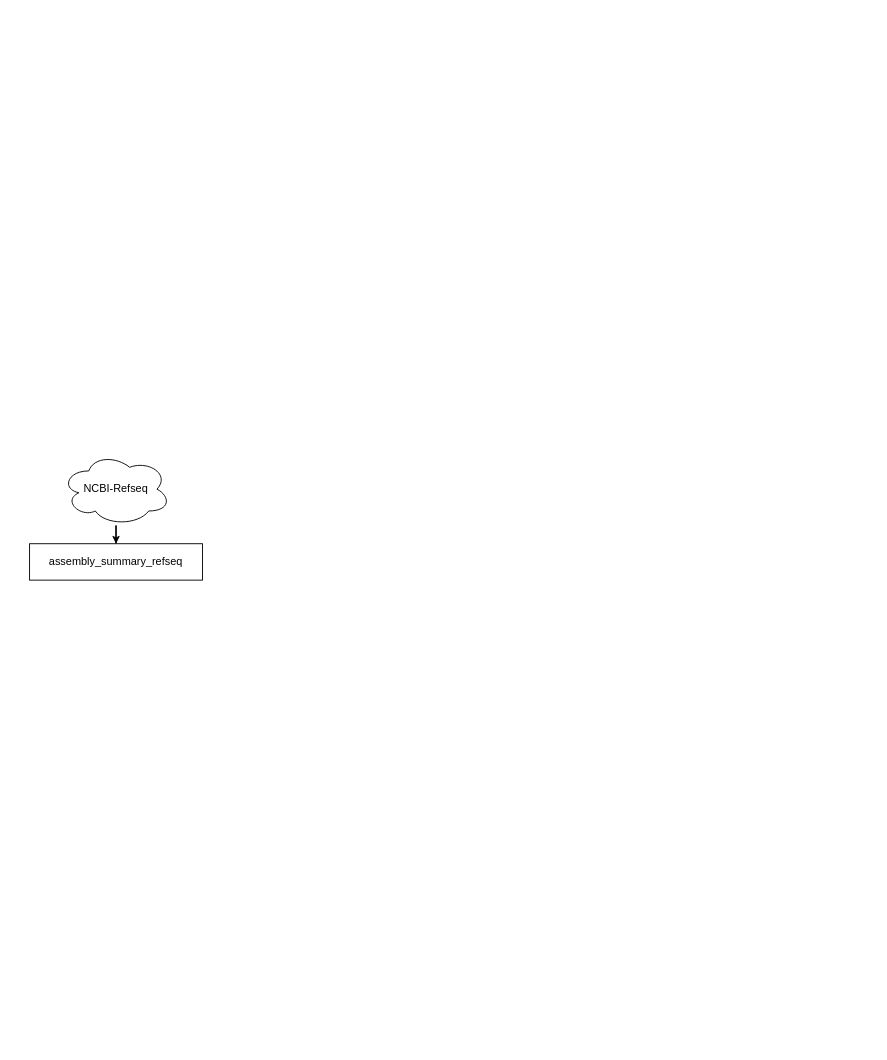
The draw.io diagram 未命名绘图.drawio in kawabata-tomoko/16s_taxonomy_pep, before the edit. Source tidied: cells renumbered, new cells numbered last; positions are measured from the earlier drawing's top-left corner, leaving out a move shared by most shapes. Both pictures are drawn from the tidied source at 91%, with x=0, y=0 at pixel (29, 452).
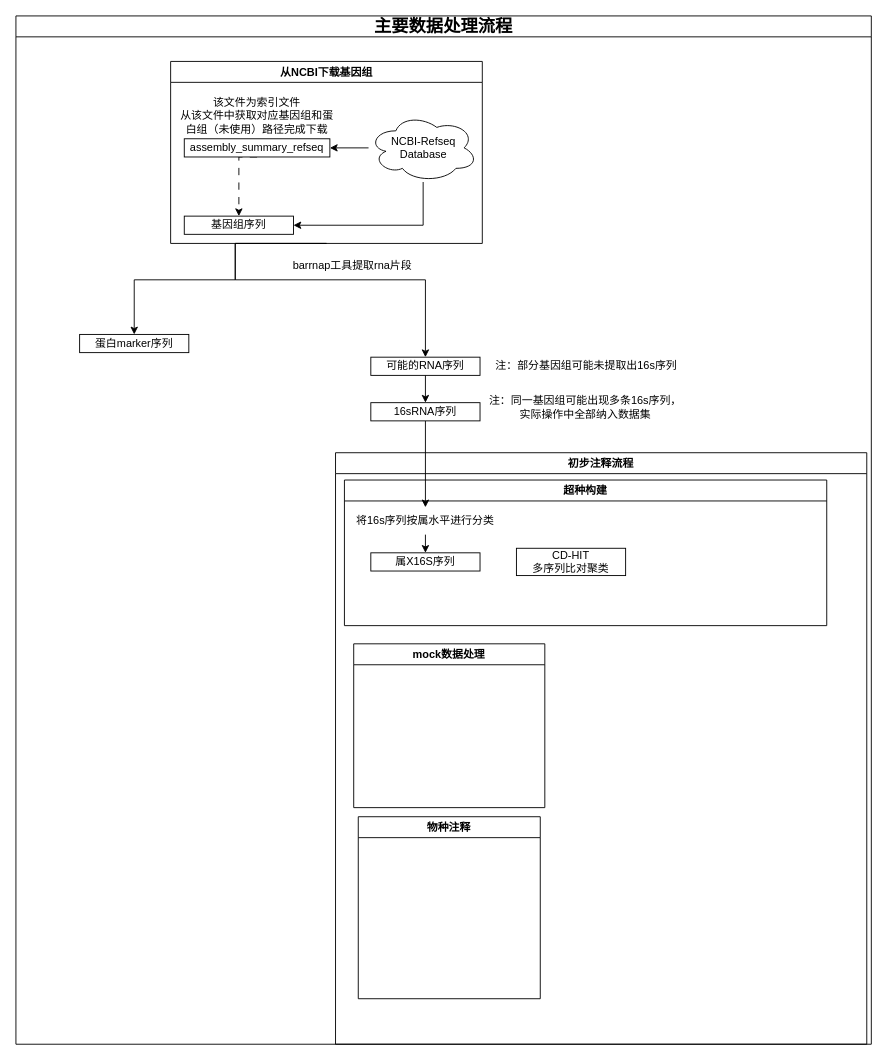
After the change.

Commit message:
更新未命名绘图.drawio

The edit, as a diff of the source:
```diff
@@
-    <mxCell id="2" style="edgeStyle=orthogonalEdgeStyle;rounded=0;jettySize=auto;html=1;" parent="1" edge="1" source="3" target="4">
-      <mxGeometry relative="1" as="geometry" />
+    <mxCell id="2" style="edgeStyle=orthogonalEdgeStyle;rounded=0;orthogonalLoop=1;jettySize=auto;html=1;" parent="1" edge="1">
+      <mxGeometry relative="1" as="geometry">
+        <mxPoint x="235" y="95" as="sourcePoint" />
+      </mxGeometry>
     </mxCell>
-    <mxCell id="3" value="NCBI-Refseq" style="ellipse;shape=cloud;whiteSpace=wrap;html=1;" parent="1" vertex="1">
-      <mxGeometry x="35" width="120" height="80" as="geometry" />
-    </mxCell>
+    <mxCell id="5" style="edgeStyle=orthogonalEdgeStyle;rounded=0;orthogonalLoop=1;jettySize=auto;html=1;entryX=0.5;entryY=0;entryDx=0;entryDy=0;" parent="1" edge="1">
+      <mxGeometry relative="1" as="geometry">
+        <mxPoint x="295" y="130" as="sourcePoint" />
+      </mxGeometry>
+    </mxCell>
+    <mxCell id="6" style="edgeStyle=orthogonalEdgeStyle;rounded=0;orthogonalLoop=1;jettySize=auto;html=1;exitX=0.5;exitY=1;exitDx=0;exitDy=0;entryX=0;entryY=0.5;entryDx=0;entryDy=0;dashed=1;" parent="1" edge="1">
+      <mxGeometry relative="1" as="geometry">
+        <mxPoint x="102.5" y="105" as="sourcePoint" />
+      </mxGeometry>
+    </mxCell>
+    <mxCell id="7" value="&lt;b style=&quot;border-color: var(--border-color);&quot;&gt;&lt;font style=&quot;border-color: var(--border-color); font-size: 19px;&quot;&gt;主要数据处理流程&lt;/font&gt;&lt;/b&gt;" style="swimlane;whiteSpace=wrap;html=1;" parent="1" vertex="1">
+      <mxGeometry x="-15" y="-480" width="940" height="1130" as="geometry" />
+    </mxCell>
+    <mxCell id="8" value="初步注释流程" style="swimlane;whiteSpace=wrap;html=1;" parent="7" vertex="1">
+      <mxGeometry x="351.2" y="480" width="583.8" height="650" as="geometry" />
+    </mxCell>
+    <mxCell id="9" value="超种构建" style="swimlane;whiteSpace=wrap;html=1;" parent="8" vertex="1">
+      <mxGeometry x="9.8" y="30" width="530" height="160" as="geometry" />
+    </mxCell>
+    <mxCell id="10" style="edgeStyle=orthogonalEdgeStyle;rounded=0;jettySize=auto;html=1;exitX=0.5;exitY=1;exitDx=0;exitDy=0;entryX=0.5;entryY=0;entryDx=0;entryDy=0;" parent="9" edge="1" source="11" target="12">
+      <mxGeometry relative="1" as="geometry" />
+    </mxCell>
+    <mxCell id="11" value="将16s序列按属水平进行分类" style="text;html=1;strokeColor=none;fillColor=none;align=center;verticalAlign=middle;whiteSpace=wrap;rounded=0;" parent="9" vertex="1">
+      <mxGeometry x="9" y="30" width="160" height="30" as="geometry" />
+    </mxCell>
+    <mxCell id="12" value="属X16S序列" style="rounded=0;whiteSpace=wrap;html=1;" parent="9" vertex="1">
+      <mxGeometry x="29" y="80" width="120" height="20" as="geometry" />
+    </mxCell>
+    <mxCell id="13" value="CD-HIT&lt;br&gt;多序列比对聚类" style="rounded=0;whiteSpace=wrap;html=1;" parent="9" vertex="1">
+      <mxGeometry x="189" y="75" width="120" height="30" as="geometry" />
+    </mxCell>
+    <mxCell id="14" value="mock数据处理" style="swimlane;whiteSpace=wrap;html=1;" parent="8" vertex="1">
+      <mxGeometry x="20" y="210" width="210" height="180" as="geometry" />
+    </mxCell>
+    <mxCell id="15" value="物种注释" style="swimlane;whiteSpace=wrap;html=1;" parent="8" vertex="1">
+      <mxGeometry x="25" y="400" width="200" height="200" as="geometry" />
+    </mxCell>
+    <mxCell id="16" style="edgeStyle=orthogonalEdgeStyle;rounded=0;jettySize=auto;html=1;exitX=0.5;exitY=1;exitDx=0;exitDy=0;entryX=0.5;entryY=0;entryDx=0;entryDy=0;" parent="7" edge="1" source="18" target="25">
+      <mxGeometry relative="1" as="geometry">
+        <Array as="points">
+          <mxPoint x="241" y="250" />
+          <mxPoint x="241" y="290" />
+          <mxPoint x="130" y="290" />
+        </Array>
+      </mxGeometry>
+    </mxCell>
+    <mxCell id="17" style="edgeStyle=orthogonalEdgeStyle;rounded=0;jettySize=auto;html=1;exitX=0.5;exitY=1;exitDx=0;exitDy=0;" parent="7" edge="1" source="18" target="26">
+      <mxGeometry relative="1" as="geometry">
+        <Array as="points">
+          <mxPoint x="241" y="250" />
+          <mxPoint x="241" y="290" />
+          <mxPoint x="450" y="290" />
+        </Array>
+      </mxGeometry>
+    </mxCell>
+    <mxCell id="18" value="从NCBI下载基因组" style="swimlane;whiteSpace=wrap;html=1;" parent="7" vertex="1">
+      <mxGeometry x="170" y="50" width="342.5" height="200" as="geometry" />
+    </mxCell>
+    <mxCell id="19" style="edgeStyle=orthogonalEdgeStyle;rounded=0;jettySize=auto;html=1;" parent="18" edge="1" source="21" target="4">
+      <mxGeometry relative="1" as="geometry" />
+    </mxCell>
+    <mxCell id="20" style="edgeStyle=orthogonalEdgeStyle;rounded=0;jettySize=auto;html=1;entryX=1;entryY=0.5;entryDx=0;entryDy=0;" parent="18" edge="1" source="21" target="23">
+      <mxGeometry relative="1" as="geometry">
+        <Array as="points">
+          <mxPoint x="278" y="180" />
+        </Array>
+      </mxGeometry>
+    </mxCell>
+    <mxCell id="21" value="NCBI-Refseq&lt;br&gt;Database" style="ellipse;shape=cloud;whiteSpace=wrap;html=1;" parent="18" vertex="1">
+      <mxGeometry x="217.5" y="57.5" width="120" height="75" as="geometry" />
+    </mxCell>
+    <mxCell id="22" style="edgeStyle=orthogonalEdgeStyle;rounded=0;jettySize=auto;html=1;exitX=0.5;exitY=1;exitDx=0;exitDy=0;entryX=0.5;entryY=0;entryDx=0;entryDy=0;dashed=1;dashPattern=8 8;" parent="18" edge="1" source="4" target="23">
+      <mxGeometry relative="1" as="geometry">
+        <Array as="points">
+          <mxPoint x="75" y="105" />
+        </Array>
+      </mxGeometry>
+    </mxCell>
-    <mxCell id="4" value="assembly_summary_refseq" style="rounded=0;whiteSpace=wrap;html=1;" parent="1" vertex="1">
-      <mxGeometry y="100" width="190" height="40" as="geometry" />
+    <mxCell id="4" value="assembly_summary_refseq" style="rounded=0;whiteSpace=wrap;html=1;" parent="18" vertex="1">
+      <mxGeometry x="15" y="85" width="160" height="20" as="geometry" />
     </mxCell>
+    <mxCell id="23" value="基因组序列" style="rounded=0;whiteSpace=wrap;html=1;" parent="18" vertex="1">
+      <mxGeometry x="15" y="170" width="120" height="20" as="geometry" />
+    </mxCell>
+    <mxCell id="24" value="该文件为索引文件&lt;br&gt;从该文件中获取对应基因组和蛋白组（未使用）路径完成下载" style="text;html=1;strokeColor=none;fillColor=none;align=center;verticalAlign=middle;whiteSpace=wrap;rounded=0;" parent="18" vertex="1">
+      <mxGeometry x="5" y="35" width="180" height="50" as="geometry" />
+    </mxCell>
+    <mxCell id="25" value="蛋白marker序列" style="rounded=0;whiteSpace=wrap;html=1;" parent="7" vertex="1">
+      <mxGeometry x="70" y="350" width="120" height="20" as="geometry" />
+    </mxCell>
+    <mxCell id="26" value="可能的RNA序列" style="rounded=0;whiteSpace=wrap;html=1;" parent="7" vertex="1">
+      <mxGeometry x="390" y="375" width="120" height="20" as="geometry" />
+    </mxCell>
+    <mxCell id="27" style="edgeStyle=orthogonalEdgeStyle;rounded=0;jettySize=auto;html=1;exitX=0.5;exitY=1;exitDx=0;exitDy=0;entryX=0.5;entryY=0;entryDx=0;entryDy=0;" parent="7" edge="1" source="28" target="11">
+      <mxGeometry relative="1" as="geometry" />
+    </mxCell>
+    <mxCell id="28" value="16sRNA序列" style="rounded=0;whiteSpace=wrap;html=1;" parent="7" vertex="1">
+      <mxGeometry x="390" y="425" width="120" height="20" as="geometry" />
+    </mxCell>
+    <mxCell id="29" style="edgeStyle=orthogonalEdgeStyle;rounded=0;jettySize=auto;html=1;exitX=0.5;exitY=1;exitDx=0;exitDy=0;entryX=0.5;entryY=0;entryDx=0;entryDy=0;" parent="7" edge="1" source="26" target="28">
+      <mxGeometry relative="1" as="geometry" />
+    </mxCell>
+    <mxCell id="30" value="barrnap工具提取rna片段" style="text;html=1;strokeColor=none;fillColor=none;align=center;verticalAlign=middle;whiteSpace=wrap;rounded=0;" parent="7" vertex="1">
+      <mxGeometry x="290" y="260" width="160" height="30" as="geometry" />
+    </mxCell>
+    <mxCell id="31" value="注：部分基因组可能未提取出16s序列" style="text;html=1;strokeColor=none;fillColor=none;align=center;verticalAlign=middle;whiteSpace=wrap;rounded=0;" parent="7" vertex="1">
+      <mxGeometry x="522.5" y="370" width="207.5" height="30" as="geometry" />
+    </mxCell>
+    <mxCell id="32" value="注：同一基因组可能出现多条16s序列，&lt;br&gt;实际操作中全部纳入数据集" style="text;html=1;strokeColor=none;fillColor=none;align=center;verticalAlign=middle;whiteSpace=wrap;rounded=0;" parent="7" vertex="1">
+      <mxGeometry x="516.2" y="415" width="220" height="30" as="geometry" />
+    </mxCell>
```
